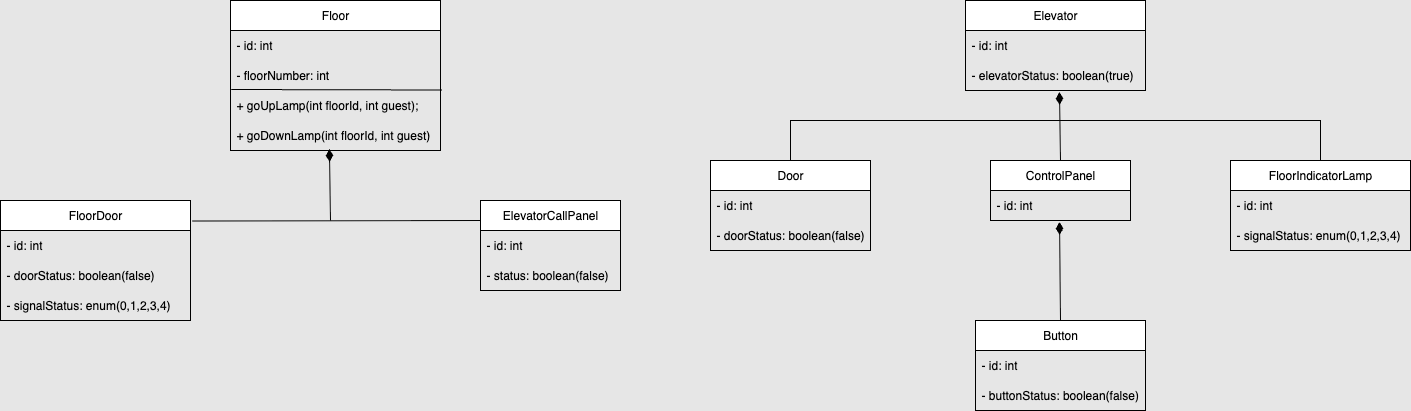
Gundogduu/javaIntro2022 keeps this draw.io diagram as ElevatorSimulation.drawio.png. Above is the earlier version. Source tidied: cells renumbered, new cells last; positions are measured from the earlier drawing's top-left corner, leaving out a move shared by most shapes.
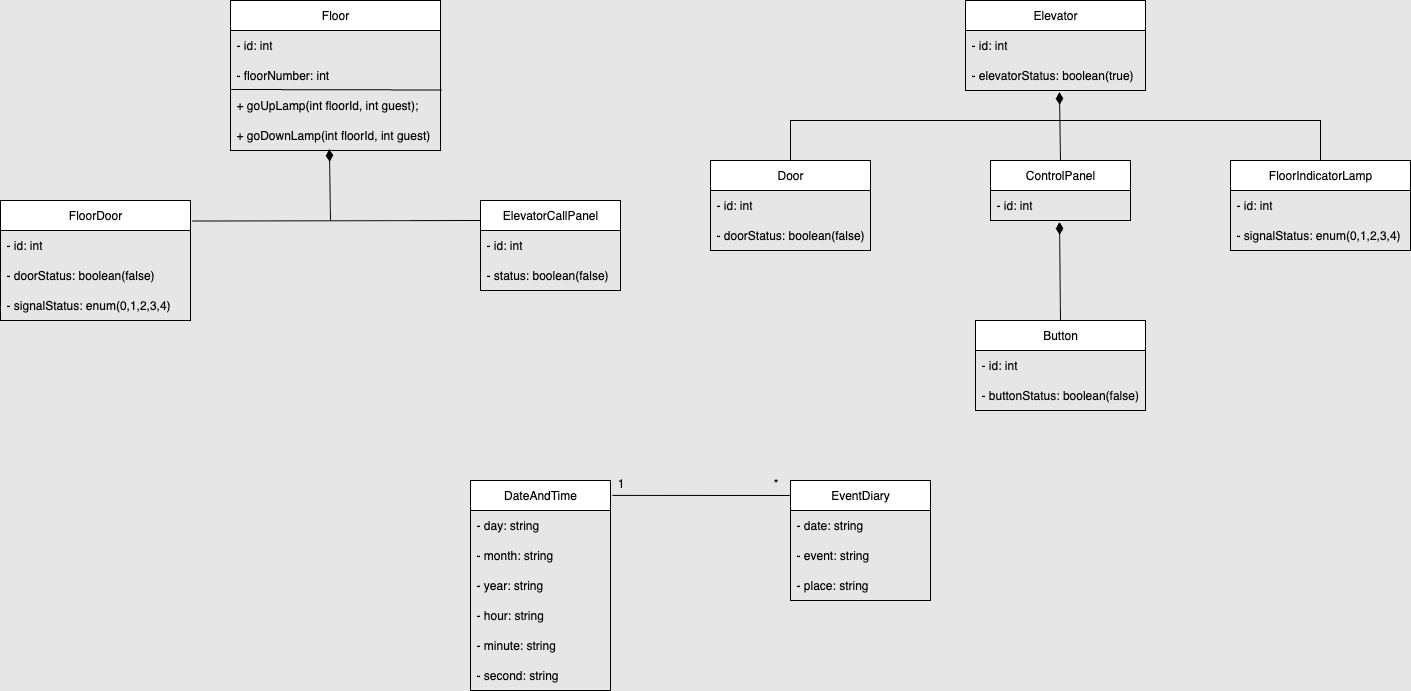
Later version of the same file.

What changed in the source:
```diff
@@ -115,5 +115,47 @@
         </Array>
       </mxGeometry>
     </mxCell>
+    <mxCell id="35" value="DateAndTime" style="swimlane;fontStyle=0;horizontal=1;startSize=30;whiteSpace=wrap;html=1;" parent="1" vertex="1">
+      <mxGeometry x="470" y="480" width="140" height="210" as="geometry" />
+    </mxCell>
+    <mxCell id="36" value="- day: string" style="text;strokeColor=none;fillColor=none;align=left;verticalAlign=middle;spacingLeft=4;spacingRight=4;overflow=hidden;whiteSpace=wrap;html=1;" parent="35" vertex="1">
+      <mxGeometry y="30" width="140" height="30" as="geometry" />
+    </mxCell>
+    <mxCell id="37" value="- month: string" style="text;strokeColor=none;fillColor=none;align=left;verticalAlign=middle;spacingLeft=4;spacingRight=4;overflow=hidden;whiteSpace=wrap;html=1;" parent="35" vertex="1">
+      <mxGeometry y="60" width="140" height="30" as="geometry" />
+    </mxCell>
+    <mxCell id="38" value="- year: string" style="text;strokeColor=none;fillColor=none;align=left;verticalAlign=middle;spacingLeft=4;spacingRight=4;overflow=hidden;whiteSpace=wrap;html=1;" parent="35" vertex="1">
+      <mxGeometry y="90" width="140" height="30" as="geometry" />
+    </mxCell>
+    <mxCell id="39" value="- hour: string" style="text;strokeColor=none;fillColor=none;align=left;verticalAlign=middle;spacingLeft=4;spacingRight=4;overflow=hidden;whiteSpace=wrap;html=1;" parent="35" vertex="1">
+      <mxGeometry y="120" width="140" height="30" as="geometry" />
+    </mxCell>
+    <mxCell id="40" value="- minute: string" style="text;strokeColor=none;fillColor=none;align=left;verticalAlign=middle;spacingLeft=4;spacingRight=4;overflow=hidden;whiteSpace=wrap;html=1;" parent="35" vertex="1">
+      <mxGeometry y="150" width="140" height="30" as="geometry" />
+    </mxCell>
+    <mxCell id="41" value="- second: string" style="text;strokeColor=none;fillColor=none;align=left;verticalAlign=middle;spacingLeft=4;spacingRight=4;overflow=hidden;whiteSpace=wrap;html=1;" parent="35" vertex="1">
+      <mxGeometry y="180" width="140" height="30" as="geometry" />
+    </mxCell>
+    <mxCell id="42" value="EventDiary" style="swimlane;fontStyle=0;horizontal=1;startSize=30;whiteSpace=wrap;html=1;" parent="1" vertex="1">
+      <mxGeometry x="790" y="480" width="140" height="120" as="geometry" />
+    </mxCell>
+    <mxCell id="43" value="- date: string" style="text;strokeColor=none;fillColor=none;align=left;verticalAlign=middle;spacingLeft=4;spacingRight=4;overflow=hidden;whiteSpace=wrap;html=1;" parent="42" vertex="1">
+      <mxGeometry y="30" width="140" height="30" as="geometry" />
+    </mxCell>
+    <mxCell id="44" value="- event: string" style="text;strokeColor=none;fillColor=none;align=left;verticalAlign=middle;spacingLeft=4;spacingRight=4;overflow=hidden;whiteSpace=wrap;html=1;" parent="42" vertex="1">
+      <mxGeometry y="60" width="140" height="30" as="geometry" />
+    </mxCell>
+    <mxCell id="45" value="- place: string" style="text;strokeColor=none;fillColor=none;align=left;verticalAlign=middle;spacingLeft=4;spacingRight=4;overflow=hidden;whiteSpace=wrap;html=1;" parent="42" vertex="1">
+      <mxGeometry y="90" width="140" height="30" as="geometry" />
+    </mxCell>
+    <mxCell id="46" style="endArrow=none;html=1;rounded=0;exitX=1.014;exitY=0.071;exitDx=0;exitDy=0;exitPerimeter=0;entryX=-0.005;entryY=0.125;entryDx=0;entryDy=0;entryPerimeter=0;startArrow=none;startFill=0;" parent="1" edge="1" source="35" target="42">
+      <mxGeometry relative="1" as="geometry" />
+    </mxCell>
+    <mxCell id="47" value="1" style="text;html=1;align=center;verticalAlign=middle;strokeColor=none;fillColor=none;" parent="1" vertex="1">
+      <mxGeometry x="605" y="468" width="30" height="30" as="geometry" />
+    </mxCell>
+    <mxCell id="48" value="*" style="text;html=1;align=center;verticalAlign=middle;strokeColor=none;fillColor=none;" parent="1" vertex="1">
+      <mxGeometry x="760" y="468" width="30" height="30" as="geometry" />
+    </mxCell>
   </root>
 </mxGraphModel>
```
